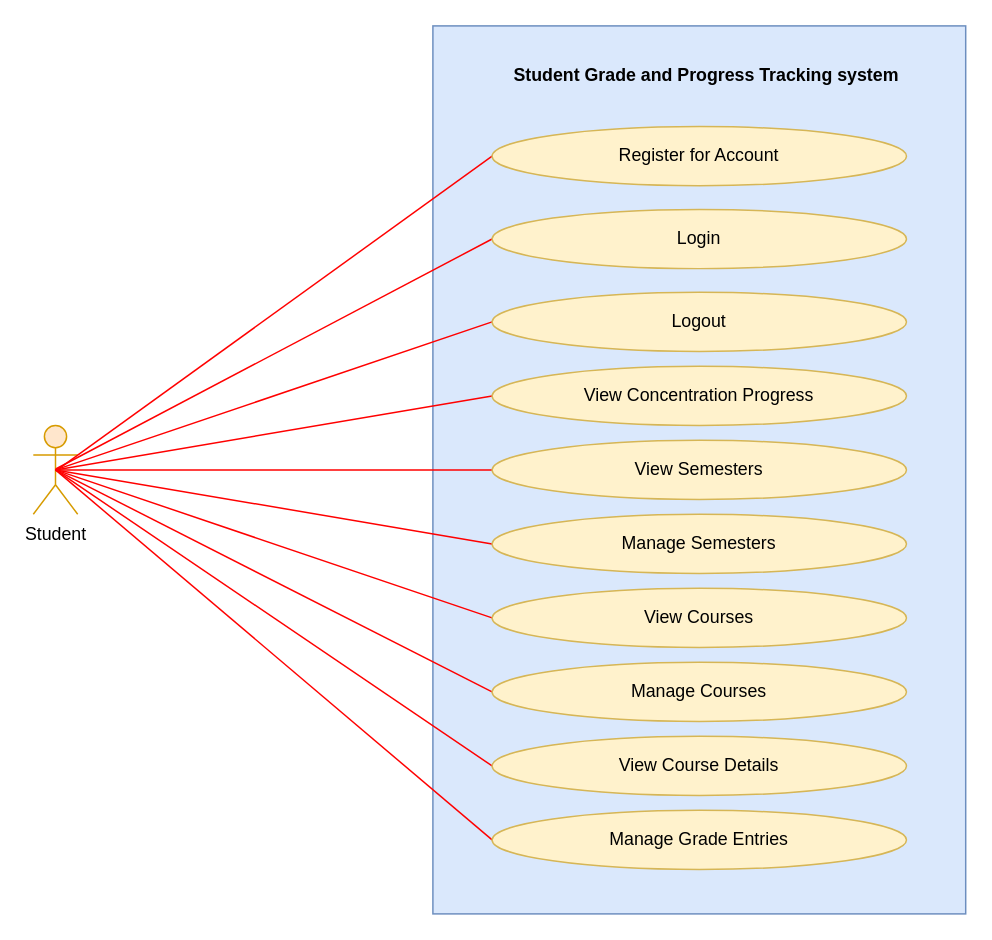
Earlier version of the draw.io diagram docs/use_case_diagram/use_case_diagram.drawio (KYDronePilot/CSC-440-Team-Project). Source tidied: cells renumbered, new cells numbered last; positions are measured from the earlier drawing's top-left corner, leaving out a move shared by most shapes. Both pictures are drawn from the tidied source at 148%, with x=0, y=0 at pixel (33, 25).
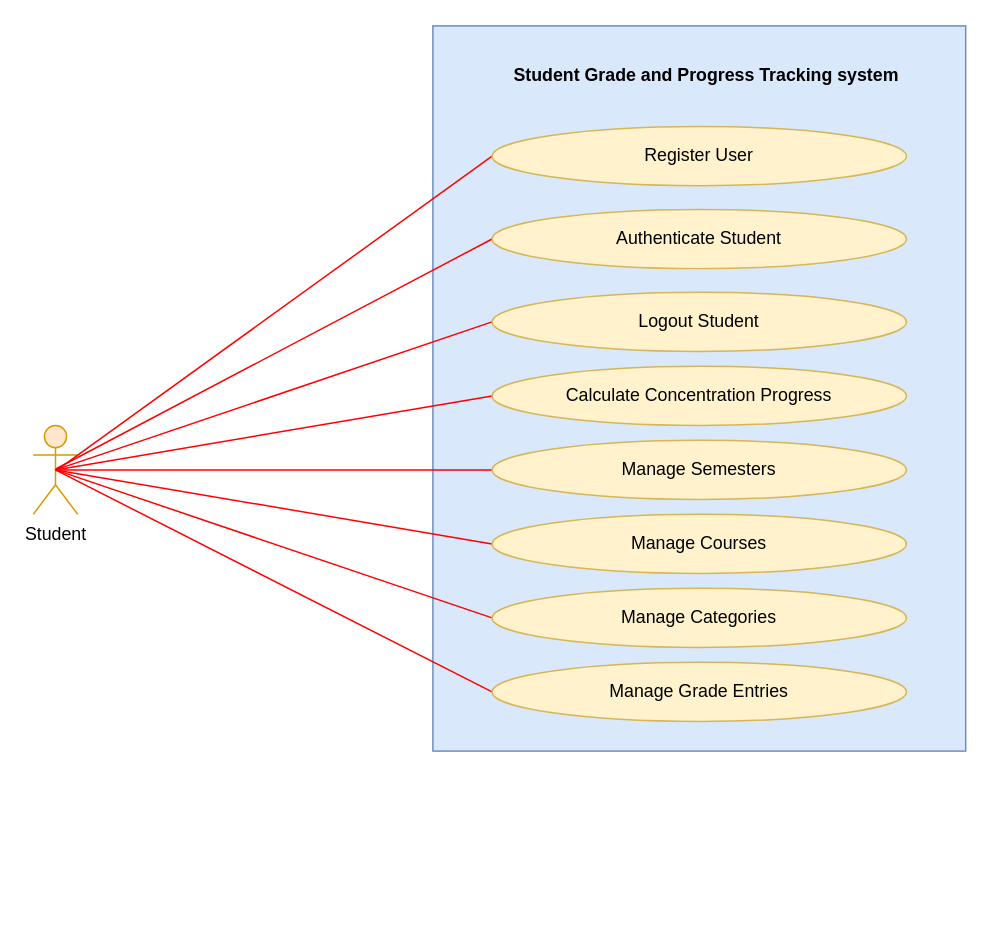
After the change.

Unchanged cells that the change refers to:
```xml
<mxCell id="3" value="Student" style="shape=umlActor;verticalLabelPosition=bottom;labelBackgroundColor=none;verticalAlign=top;html=1;fillColor=#ffe6cc;strokeColor=#d79b00;" parent="1" vertex="1">
  <mxGeometry y="270" width="30" height="60" as="geometry" />
</mxCell>
```

The edit, as a diff of the source:
```diff
@@
     <mxCell id="2" style="html=1;fillColor=#dae8fc;strokeColor=#6c8ebf;" parent="1" vertex="1">
-      <mxGeometry x="270" width="360" height="600" as="geometry" />
+      <mxGeometry x="270" width="360" height="490" as="geometry" />
     </mxCell>
@@
-    <mxCell id="13" style="endArrow=none;html=1;exitX=0.5;exitY=0.5;exitDx=0;exitDy=0;exitPerimeter=0;entryX=0;entryY=0.5;entryDx=0;entryDy=0;fillColor=#f8cecc;strokeColor=#FF0000;" parent="1" edge="1" source="3" target="20">
-      <mxGeometry relative="1" as="geometry" />
-    </mxCell>
-    <mxCell id="14" style="endArrow=none;html=1;exitX=0.5;exitY=0.5;exitDx=0;exitDy=0;exitPerimeter=0;entryX=0;entryY=0.5;entryDx=0;entryDy=0;fillColor=#f8cecc;strokeColor=#FF0000;" parent="1" edge="1" source="3" target="21">
-      <mxGeometry relative="1" as="geometry" />
-    </mxCell>
-    <mxCell id="15" value="View Concentration Progress" style="ellipse;whiteSpace=wrap;html=1;fillColor=#fff2cc;strokeColor=#d6b656;" parent="1" vertex="1">
+    <mxCell id="15" value="Calculate Concentration Progress" style="ellipse;whiteSpace=wrap;html=1;fillColor=#fff2cc;strokeColor=#d6b656;" parent="1" vertex="1">
       <mxGeometry x="310" y="230" width="280" height="40" as="geometry" />
     </mxCell>
-    <mxCell id="16" value="View Semesters" style="ellipse;whiteSpace=wrap;html=1;fillColor=#fff2cc;strokeColor=#d6b656;" parent="1" vertex="1">
+    <mxCell id="16" value="Manage Semesters" style="ellipse;whiteSpace=wrap;html=1;fillColor=#fff2cc;strokeColor=#d6b656;" parent="1" vertex="1">
       <mxGeometry x="310" y="280" width="280" height="40" as="geometry" />
     </mxCell>
-    <mxCell id="17" value="Manage Semesters" style="ellipse;whiteSpace=wrap;html=1;fillColor=#fff2cc;strokeColor=#d6b656;" parent="1" vertex="1">
+    <mxCell id="17" value="Manage Courses" style="ellipse;whiteSpace=wrap;html=1;fillColor=#fff2cc;strokeColor=#d6b656;" parent="1" vertex="1">
       <mxGeometry x="310" y="330" width="280" height="40" as="geometry" />
     </mxCell>
-    <mxCell id="18" value="View Courses" style="ellipse;whiteSpace=wrap;html=1;fillColor=#fff2cc;strokeColor=#d6b656;" parent="1" vertex="1">
+    <mxCell id="18" value="Manage Categories" style="ellipse;whiteSpace=wrap;html=1;fillColor=#fff2cc;strokeColor=#d6b656;" parent="1" vertex="1">
       <mxGeometry x="310" y="380" width="280" height="40" as="geometry" />
     </mxCell>
-    <mxCell id="19" value="Manage Courses" style="ellipse;whiteSpace=wrap;html=1;fillColor=#fff2cc;strokeColor=#d6b656;" parent="1" vertex="1">
+    <mxCell id="19" value="Manage Grade Entries" style="ellipse;whiteSpace=wrap;html=1;fillColor=#fff2cc;strokeColor=#d6b656;" parent="1" vertex="1">
       <mxGeometry x="310" y="430" width="280" height="40" as="geometry" />
     </mxCell>
-    <mxCell id="20" value="View Course Details" style="ellipse;whiteSpace=wrap;html=1;labelBackgroundColor=none;fillColor=#fff2cc;strokeColor=#d6b656;" parent="1" vertex="1">
-      <mxGeometry x="310" y="480" width="280" height="40" as="geometry" />
-    </mxCell>
-    <mxCell id="21" value="Manage Grade Entries" style="ellipse;whiteSpace=wrap;html=1;fillColor=#fff2cc;strokeColor=#d6b656;" parent="1" vertex="1">
-      <mxGeometry x="310" y="530" width="280" height="40" as="geometry" />
-    </mxCell>
-    <mxCell id="22" value="Register for Account" style="ellipse;whiteSpace=wrap;html=1;fillColor=#fff2cc;strokeColor=#d6b656;" parent="1" vertex="1">
+    <mxCell id="22" value="Register User" style="ellipse;whiteSpace=wrap;html=1;fillColor=#fff2cc;strokeColor=#d6b656;" parent="1" vertex="1">
       <mxGeometry x="310" y="68" width="280" height="40" as="geometry" />
     </mxCell>
-    <mxCell id="23" value="Login" style="ellipse;whiteSpace=wrap;html=1;fillColor=#fff2cc;strokeColor=#d6b656;" parent="1" vertex="1">
+    <mxCell id="23" value="Authenticate Student" style="ellipse;whiteSpace=wrap;html=1;fillColor=#fff2cc;strokeColor=#d6b656;" parent="1" vertex="1">
       <mxGeometry x="310" y="124" width="280" height="40" as="geometry" />
     </mxCell>
-    <mxCell id="24" value="Logout" style="ellipse;whiteSpace=wrap;html=1;fillColor=#fff2cc;strokeColor=#d6b656;" parent="1" vertex="1">
+    <mxCell id="24" value="Logout Student" style="ellipse;whiteSpace=wrap;html=1;fillColor=#fff2cc;strokeColor=#d6b656;" parent="1" vertex="1">
       <mxGeometry x="310" y="180" width="280" height="40" as="geometry" />
     </mxCell>
```
